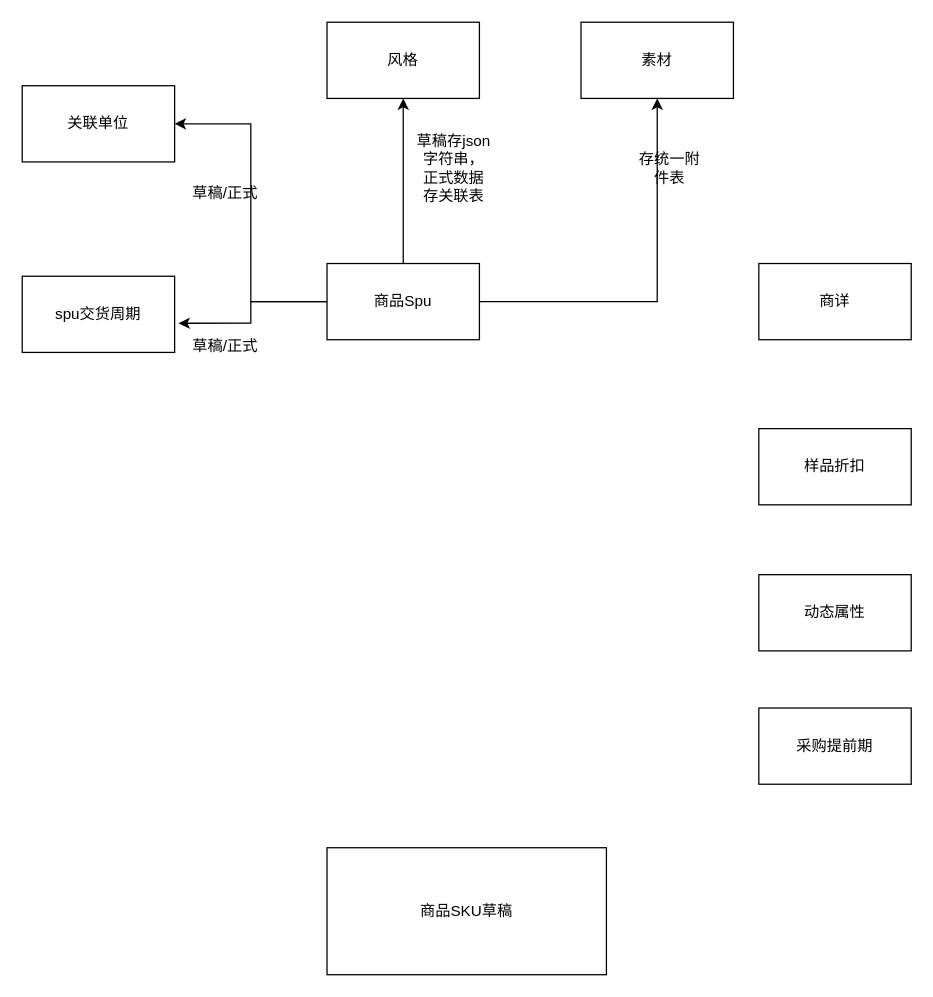
1846872430/shj_chart keeps this draw.io diagram as 商品打包逻辑梳理草稿.drawio. Above is the earlier version. Source tidied: cells renumbered, new cells numbered last; positions are measured from the earlier drawing's top-left corner, leaving out a move shared by most shapes. Both pictures are drawn from the tidied source at 127%, with x=0, y=0 at pixel (22, 22).
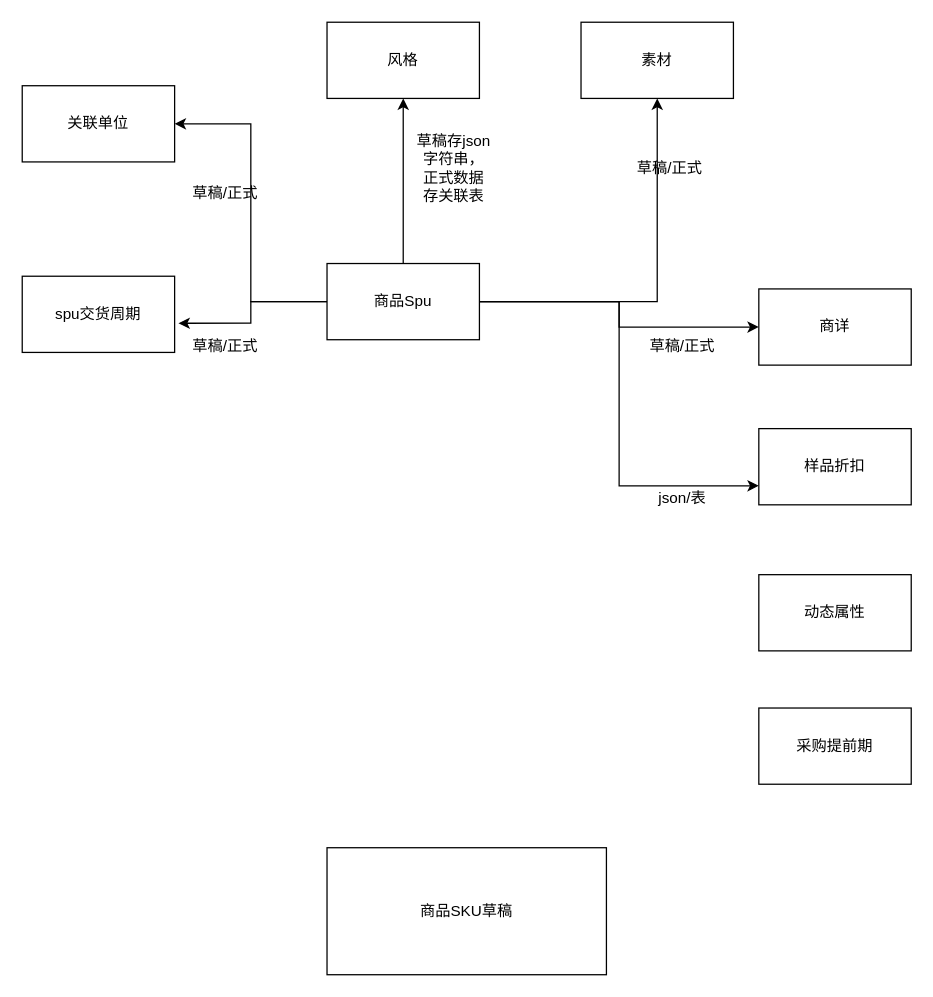
The same diagram, later.

Commit message:
更新商品打包逻辑梳理草稿.drawio

Unchanged cells that the change refers to:
```xml
<mxCell id="5" value="商品Spu" style="rounded=0;whiteSpace=wrap;html=1;" parent="1" vertex="1">
  <mxGeometry x="240" y="190" width="120" height="60" as="geometry" />
</mxCell>
<mxCell id="16" value="样品折扣" style="rounded=0;whiteSpace=wrap;html=1;" parent="1" vertex="1">
  <mxGeometry x="580" y="320" width="120" height="60" as="geometry" />
</mxCell>
```

Change to the diagram source:
```diff
@@
+    <mxCell id="20" style="edgeStyle=orthogonalEdgeStyle;rounded=0;jettySize=auto;html=1;" parent="1" edge="1" source="5" target="10">
+      <mxGeometry relative="1" as="geometry" />
+    </mxCell>
+    <mxCell id="21" style="edgeStyle=orthogonalEdgeStyle;rounded=0;jettySize=auto;html=1;entryX=0;entryY=0.75;entryDx=0;entryDy=0;" parent="1" edge="1" source="5" target="16">
+      <mxGeometry relative="1" as="geometry" />
+    </mxCell>
@@
-    <mxCell id="9" value="存统一附件表" style="text;html=1;whiteSpace=wrap;strokeColor=none;fillColor=none;align=center;verticalAlign=middle;rounded=0;" parent="1" vertex="1">
+    <mxCell id="9" value="草稿/正式" style="text;html=1;whiteSpace=wrap;strokeColor=none;fillColor=none;align=center;verticalAlign=middle;rounded=0;" parent="1" vertex="1">
       <mxGeometry x="480" y="100" width="60" height="30" as="geometry" />
     </mxCell>
     <mxCell id="10" value="商详" style="rounded=0;whiteSpace=wrap;html=1;" parent="1" vertex="1">
-      <mxGeometry x="580" y="190" width="120" height="60" as="geometry" />
+      <mxGeometry x="580" y="210" width="120" height="60" as="geometry" />
     </mxCell>
@@
+    <mxCell id="22" value="草稿/正式" style="text;html=1;whiteSpace=wrap;strokeColor=none;fillColor=none;align=center;verticalAlign=middle;rounded=0;" parent="1" vertex="1">
+      <mxGeometry x="490" y="240" width="60" height="30" as="geometry" />
+    </mxCell>
+    <mxCell id="23" value="json/表" style="text;html=1;whiteSpace=wrap;strokeColor=none;fillColor=none;align=center;verticalAlign=middle;rounded=0;" parent="1" vertex="1">
+      <mxGeometry x="490" y="360" width="60" height="30" as="geometry" />
+    </mxCell>
```
